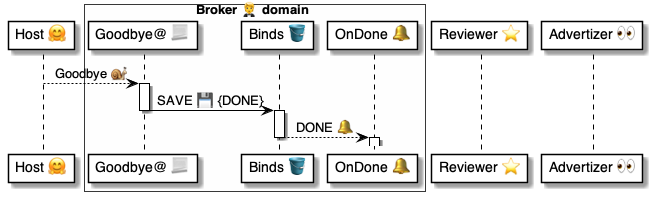
pollyweb-org/pollyweb-docs keeps this PlantUML diagram as 4 ⚙️ Solution/20 🧑‍🦰 UI/Brokers 🤵/🤵🪣 Broker tables/Chats 💬 table/🪣🔔 9 Done/🤵 OnChatDone ⚙️ uml.png. Above is the earlier version. Its source is kept beside it as 4 ⚙️ Solution/20 🧑‍🦰 UI/Brokers 🤵/🤵🪣 Broker tables/Chats 💬 table/🪣🔔 9 Done/🤵 OnChatDone ⚙️ uml.puml.
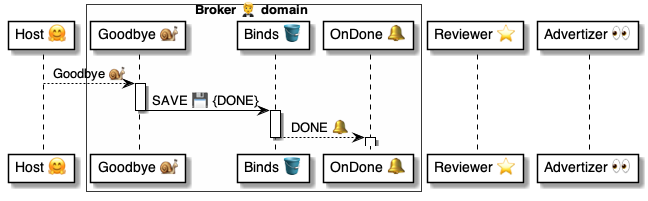
After the commit.

What changed in the source:
```diff
@@ -3,7 +3,7 @@
 participant "Host 🤗" as host
 
 box Broker 🤵 domain #FFFFFA
-    participant "Goodbye@ 📃" as script
+    participant "Goodbye 🐌" as script
     participant "Binds 🪣" as binds
     participant "OnDone 🔔" as handler
 end box
```
